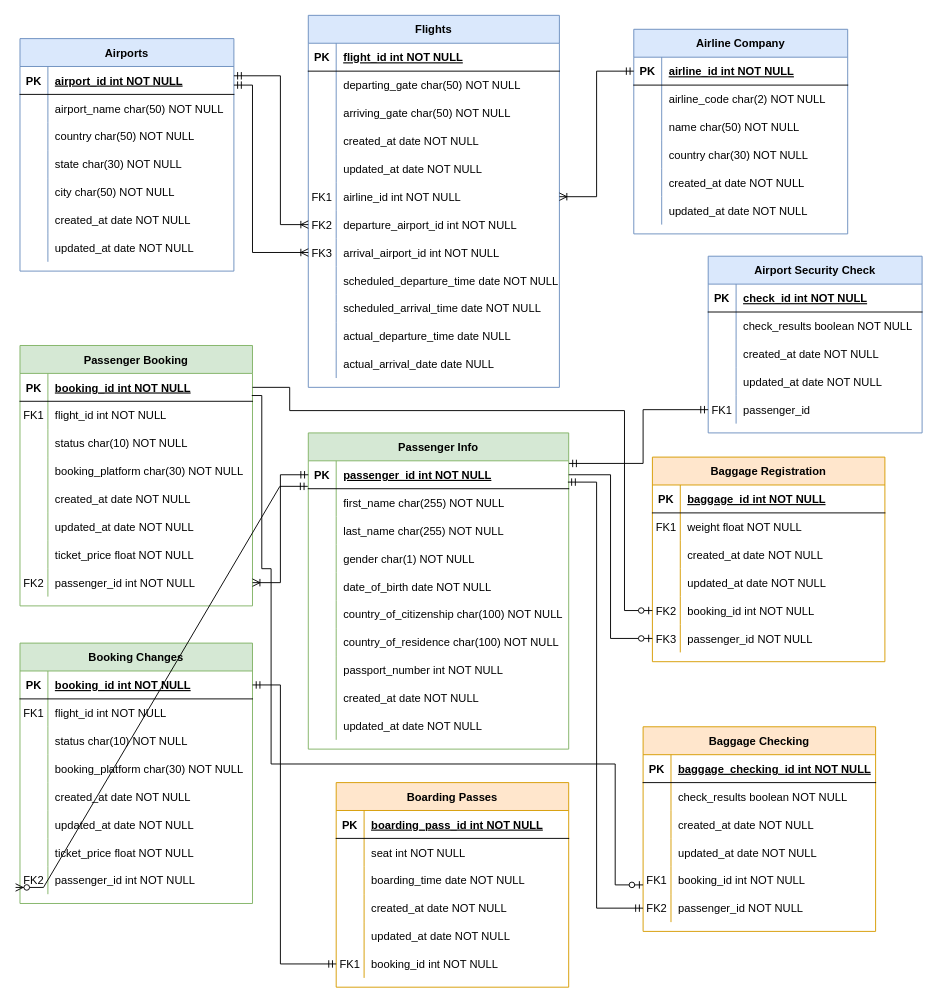
Above: Db-assignment1.drawio in AnyokaCS/DBMS (draw.io), before the change. Source tidied: cells renumbered, new cells numbered last; positions are measured from the earlier drawing's top-left corner, leaving out a move shared by most shapes. Both pictures are drawn from the tidied source at 93%, with x=0, y=0 at pixel (20, 15).
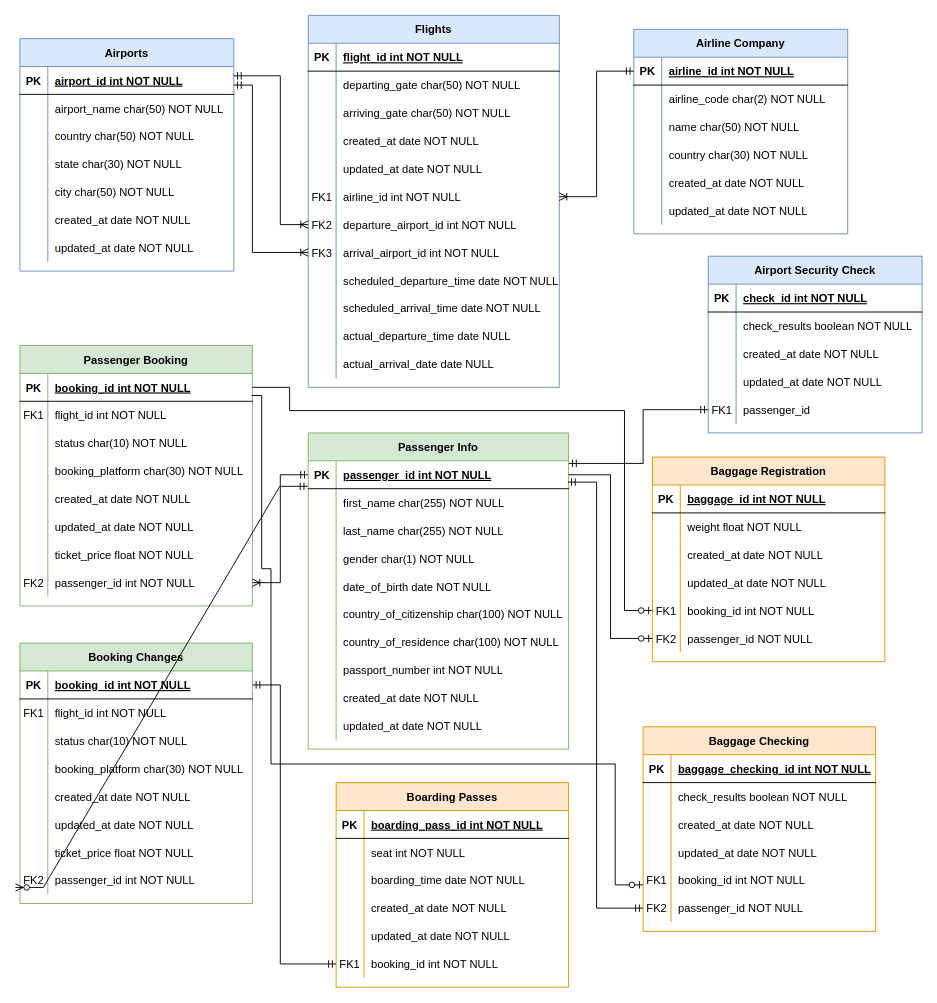
The same diagram, later.

Unchanged cells that the change refers to:
```xml
<mxCell id="43" style="shape=partialRectangle;fillColor=none;points=[[0,0.5],[1,0.5]];portConstraint=eastwest;top=0;left=0;right=0;bottom=0;" parent="24" vertex="1">
  <mxGeometry y="210" width="270" height="30" as="geometry" />
</mxCell>
<mxCell id="46" style="shape=partialRectangle;fillColor=none;points=[[0,0.5],[1,0.5]];portConstraint=eastwest;top=0;left=0;right=0;bottom=0;" parent="24" vertex="1">
  <mxGeometry y="240" width="270" height="30" as="geometry" />
</mxCell>
<mxCell id="83" style="shape=partialRectangle;fillColor=none;points=[[0,0.5],[1,0.5]];portConstraint=eastwest;top=0;left=0;right=0;bottom=1;" parent="82" vertex="1">
  <mxGeometry y="30" width="250" height="30" as="geometry" />
</mxCell>
<mxCell id="140" style="shape=partialRectangle;fillColor=none;points=[[0,0.5],[1,0.5]];portConstraint=eastwest;top=0;left=0;right=0;bottom=1;" parent="139" vertex="1">
  <mxGeometry y="30" width="250" height="30" as="geometry" />
</mxCell>
<mxCell id="180" style="shape=partialRectangle;fillColor=none;points=[[0,0.5],[1,0.5]];portConstraint=eastwest;top=0;left=0;right=0;bottom=0;" parent="164" vertex="1">
  <mxGeometry y="180" width="250" height="30" as="geometry" />
</mxCell>
<mxCell id="203" style="shape=partialRectangle;fillColor=none;top=0;left=0;right=0;bottom=0;" parent="199" vertex="1">
  <mxGeometry y="60" width="250" height="30" as="geometry" />
</mxCell>
<mxCell id="212" style="shape=partialRectangle;fillColor=none;points=[[0,0.5],[1,0.5]];portConstraint=eastwest;top=0;left=0;right=0;bottom=0;" parent="199" vertex="1">
  <mxGeometry y="150" width="250" height="30" as="geometry" />
</mxCell>
<mxCell id="215" style="shape=partialRectangle;fillColor=none;points=[[0,0.5],[1,0.5]];portConstraint=eastwest;top=0;left=0;right=0;bottom=0;" parent="199" vertex="1">
  <mxGeometry y="180" width="250" height="30" as="geometry" />
</mxCell>
```

What changed in the source:
```diff
@@
     <mxCell id="2" value="Airports" style="shape=table;startSize=30;childLayout=tableLayout;rowLines=0;fontStyle=1;align=center;fillColor=#dae8fc;strokeColor=#6c8ebf;" parent="1" vertex="1">
-      <mxGeometry y="25" width="230" height="250" as="geometry" />
+      <mxGeometry x="-0.1" y="25" width="230" height="250" as="geometry" />
     </mxCell>
@@
     <mxCell id="24" value="Flights" style="shape=table;startSize=30;childLayout=tableLayout;rowLines=0;fontStyle=1;align=center;fillColor=#dae8fc;strokeColor=#6c8ebf;" parent="1" vertex="1">
-      <mxGeometry x="310" width="270" height="400" as="geometry" />
+      <mxGeometry x="309.9" width="270" height="400" as="geometry" />
     </mxCell>
@@
     <mxCell id="80" style="edgeStyle=orthogonalEdgeStyle;fontSize=12;html=1;endArrow=ERoneToMany;startArrow=ERmandOne;rounded=0;entryX=0;entryY=0.5;entryDx=0;entryDy=0;" parent="1" edge="1" target="43">
       <mxGeometry relative="1" as="geometry">
-        <mxPoint x="230" y="65" as="sourcePoint" />
+        <mxPoint x="229.9" y="65" as="sourcePoint" />
         <Array as="points">
-          <mxPoint x="280" y="65" />
-          <mxPoint x="280" y="225" />
+          <mxPoint x="279.9" y="65" />
+          <mxPoint x="279.9" y="225" />
         </Array>
       </mxGeometry>
     </mxCell>
     <mxCell id="81" style="edgeStyle=orthogonalEdgeStyle;fontSize=12;html=1;endArrow=ERoneToMany;startArrow=ERmandOne;rounded=0;entryX=0;entryY=0.5;entryDx=0;entryDy=0;" parent="1" edge="1" target="46">
       <mxGeometry relative="1" as="geometry">
-        <mxPoint x="230" y="75" as="sourcePoint" />
+        <mxPoint x="229.9" y="75" as="sourcePoint" />
         <Array as="points">
-          <mxPoint x="250" y="75" />
-          <mxPoint x="250" y="255" />
+          <mxPoint x="249.9" y="75" />
+          <mxPoint x="249.9" y="255" />
         </Array>
       </mxGeometry>
     </mxCell>
     <mxCell id="82" value="Passenger Booking" style="shape=table;startSize=30;childLayout=tableLayout;rowLines=0;fontStyle=1;align=center;fillColor=#d5e8d4;strokeColor=#82b366;" parent="1" vertex="1">
-      <mxGeometry y="355" width="250" height="280" as="geometry" />
+      <mxGeometry x="-0.1" y="355" width="250" height="280" as="geometry" />
     </mxCell>
@@
     <mxCell id="107" value="Passenger Info" style="shape=table;startSize=30;childLayout=tableLayout;rowLines=0;fontStyle=1;align=center;fillColor=#d5e8d4;strokeColor=#82b366;" parent="1" vertex="1">
-      <mxGeometry x="310" y="449" width="280" height="340" as="geometry" />
+      <mxGeometry x="309.9" y="449" width="280" height="340" as="geometry" />
     </mxCell>
@@
     <mxCell id="139" value="Booking Changes" style="shape=table;startSize=30;childLayout=tableLayout;rowLines=0;fontStyle=1;align=center;fillColor=#d5e8d4;strokeColor=#82b366;" parent="1" vertex="1">
-      <mxGeometry y="675" width="250" height="280" as="geometry" />
+      <mxGeometry x="-0.1" y="675" width="250" height="280" as="geometry" />
     </mxCell>
@@
     <mxCell id="164" value="Boarding Passes" style="shape=table;startSize=30;childLayout=tableLayout;rowLines=0;fontStyle=1;align=center;fillColor=#ffe6cc;strokeColor=#d79b00;" parent="1" vertex="1">
-      <mxGeometry x="340" y="825" width="250" height="220" as="geometry" />
+      <mxGeometry x="339.9" y="825" width="250" height="220" as="geometry" />
     </mxCell>
@@
-    <mxCell id="204" value="FK1" style="shape=partialRectangle;overflow=hidden;fillColor=none;top=0;left=0;bottom=0;right=0;" parent="203" vertex="1">
+    <mxCell id="204" style="shape=partialRectangle;overflow=hidden;fillColor=none;top=0;left=0;bottom=0;right=0;" parent="203" vertex="1">
       <mxGeometry width="30" height="30" as="geometry" />
     </mxCell>
@@
-    <mxCell id="213" value="FK2" style="shape=partialRectangle;overflow=hidden;fillColor=none;top=0;left=0;bottom=0;right=0;" parent="212" vertex="1">
+    <mxCell id="213" value="FK1" style="shape=partialRectangle;overflow=hidden;fillColor=none;top=0;left=0;bottom=0;right=0;" parent="212" vertex="1">
       <mxGeometry width="30" height="30" as="geometry" />
     </mxCell>
@@
-    <mxCell id="216" value="FK3" style="shape=partialRectangle;overflow=hidden;fillColor=none;top=0;left=0;bottom=0;right=0;" parent="215" vertex="1">
+    <mxCell id="216" value="FK2" style="shape=partialRectangle;overflow=hidden;fillColor=none;top=0;left=0;bottom=0;right=0;" parent="215" vertex="1">
       <mxGeometry width="30" height="30" as="geometry" />
     </mxCell>
@@
     <mxCell id="238" style="edgeStyle=orthogonalEdgeStyle;fontSize=12;html=1;endArrow=ERzeroToOne;endFill=1;rounded=0;exitX=1;exitY=0.5;exitDx=0;exitDy=0;entryX=0;entryY=0.5;entryDx=0;entryDy=0;" parent="1" edge="1" source="83" target="212">
       <mxGeometry relative="1" as="geometry">
         <Array as="points">
-          <mxPoint x="290" y="400" />
-          <mxPoint x="290" y="425" />
+          <mxPoint x="289.9" y="400" />
+          <mxPoint x="289.9" y="425" />
           <mxPoint x="650" y="425" />
           <mxPoint x="650" y="640" />
         </Array>
       </mxGeometry>
     </mxCell>
@@
     <mxCell id="241" style="edgeStyle=orthogonalEdgeStyle;fontSize=12;html=1;endArrow=ERmandOne;startArrow=ERmandOne;rounded=0;" parent="1" edge="1" source="140" target="180">
       <mxGeometry relative="1" as="geometry">
         <Array as="points">
-          <mxPoint x="280" y="720" />
-          <mxPoint x="280" y="1020" />
+          <mxPoint x="279.9" y="720" />
+          <mxPoint x="279.9" y="1020" />
         </Array>
       </mxGeometry>
     </mxCell>
@@
     <mxCell id="244" style="edgeStyle=orthogonalEdgeStyle;fontSize=12;html=1;endArrow=ERzeroToOne;endFill=1;rounded=0;exitX=0.997;exitY=0.793;exitDx=0;exitDy=0;entryX=0;entryY=0.5;entryDx=0;entryDy=0;exitPerimeter=0;" parent="1" edge="1" source="83">
       <mxGeometry relative="1" as="geometry">
         <mxPoint x="670" y="935" as="targetPoint" />
         <Array as="points">
-          <mxPoint x="260" y="409" />
-          <mxPoint x="260" y="595" />
-          <mxPoint x="270" y="595" />
-          <mxPoint x="270" y="805" />
+          <mxPoint x="259.9" y="409" />
+          <mxPoint x="259.9" y="595" />
+          <mxPoint x="269.9" y="595" />
+          <mxPoint x="269.9" y="805" />
           <mxPoint x="640" y="805" />
           <mxPoint x="640" y="935" />
         </Array>
       </mxGeometry>
     </mxCell>
```
